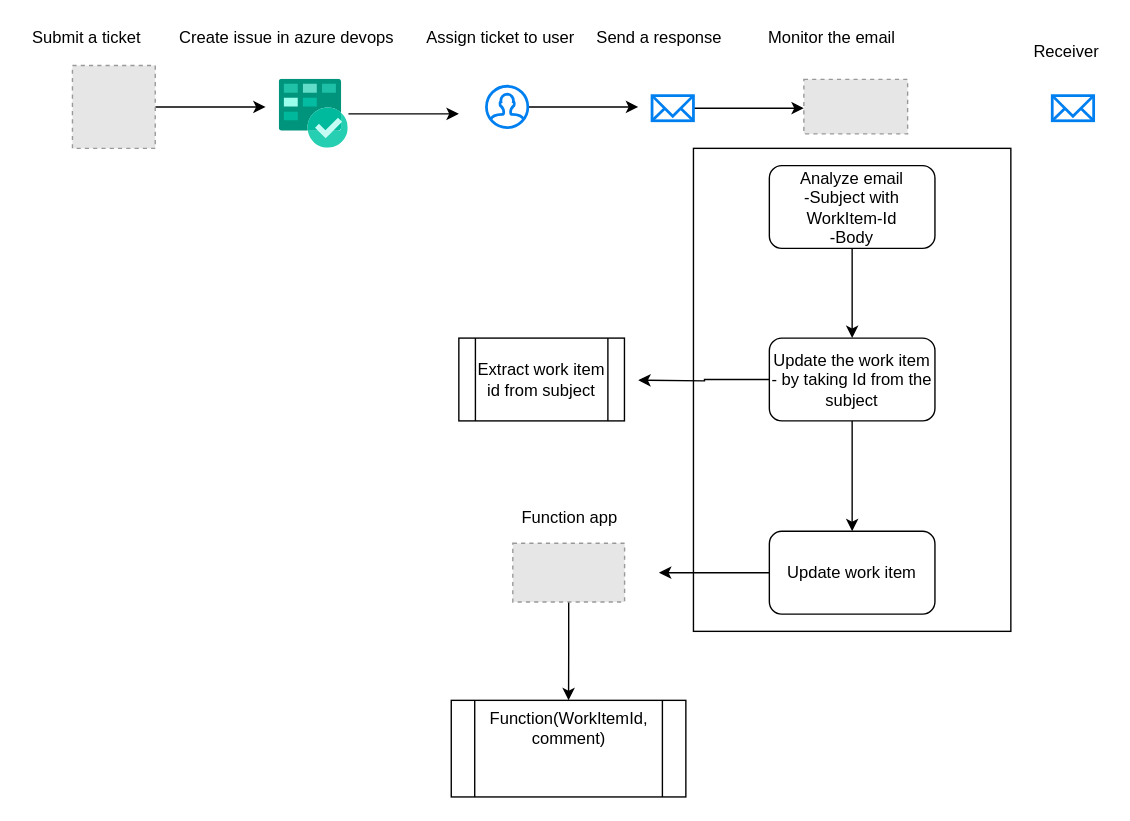
This is Docs/Untitled Diagram.drawio from aksh-h/Diagrams, a draw.io file, before an edit. Source tidied: cells renumbered, new cells numbered last; positions are measured from the earlier drawing's top-left corner, leaving out a move shared by most shapes. Both pictures are drawn from the tidied source at 138%, with x=0, y=0 at pixel (23, 23). Pictures stored in the file or linked from it are replaced by grey dashed boxes.
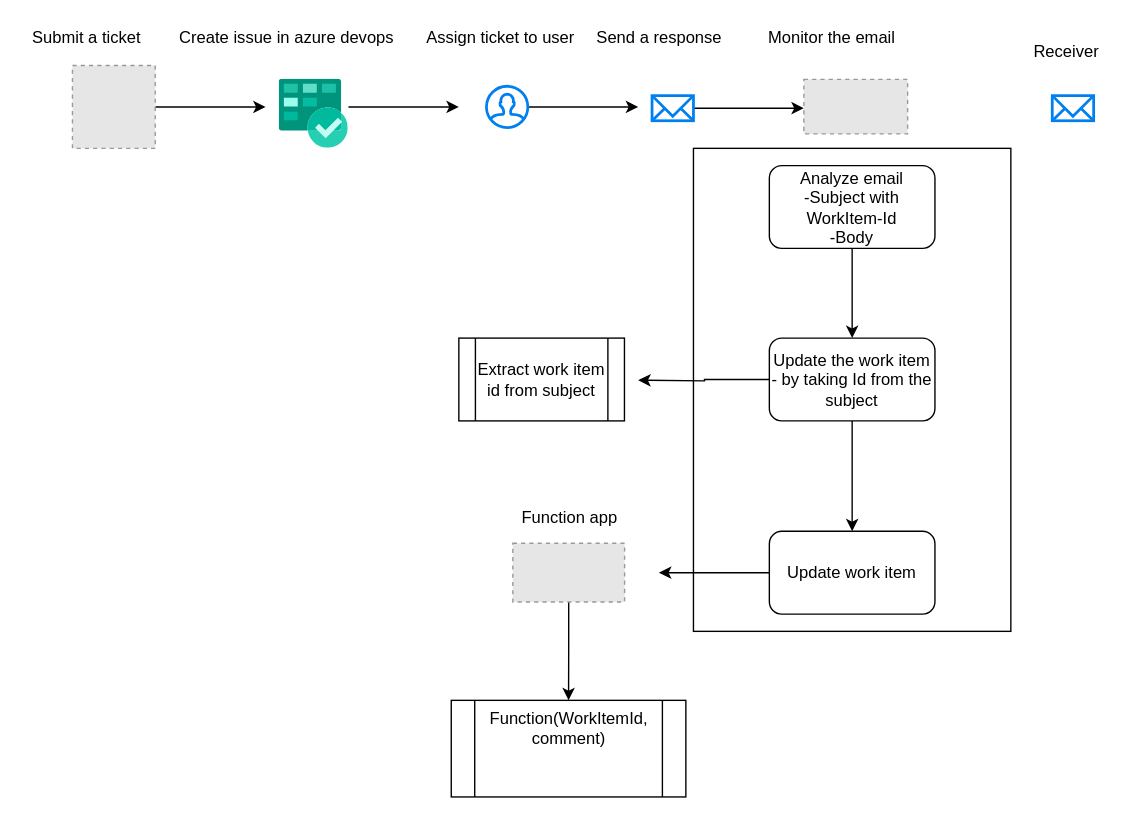
The same page after the edit.

Unchanged cells that the change refers to:
```xml
<mxCell id="6" style="html=1;points=[];align=center;image;fontSize=12;image=img/lib/mscae/Azure_Boards.svg;" parent="1" vertex="1">
  <mxGeometry x="185" y="40" width="50" height="50" as="geometry" />
</mxCell>
```

What changed in the source:
```diff
@@
-    <mxCell id="5" style="edgeStyle=orthogonalEdgeStyle;rounded=0;jettySize=auto;html=1;" parent="1" edge="1" source="6">
+    <mxCell id="5" style="edgeStyle=orthogonalEdgeStyle;rounded=0;orthogonalLoop=1;jettySize=auto;html=1;" parent="1" edge="1">
       <mxGeometry relative="1" as="geometry">
-        <mxPoint x="315" y="65" as="targetPoint" />
+        <mxPoint x="235" y="60" as="sourcePoint" />
+        <mxPoint x="315" y="60" as="targetPoint" />
       </mxGeometry>
     </mxCell>
```
